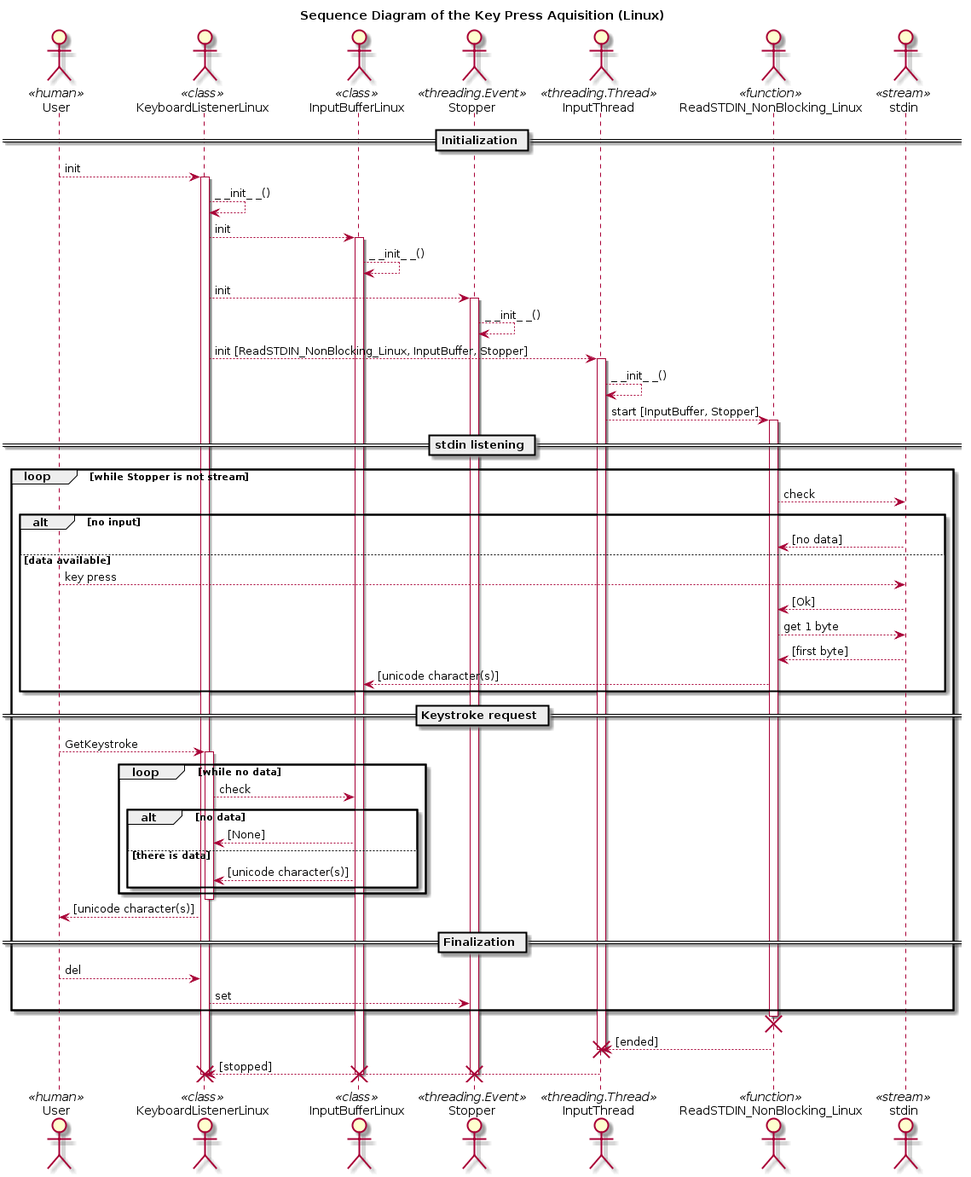
The PlantUML diagram docs/UML/ui/cli/keystroke_linux_py/sequence_diagram.png in FooBarShebang/sudoku_py, before a commit.
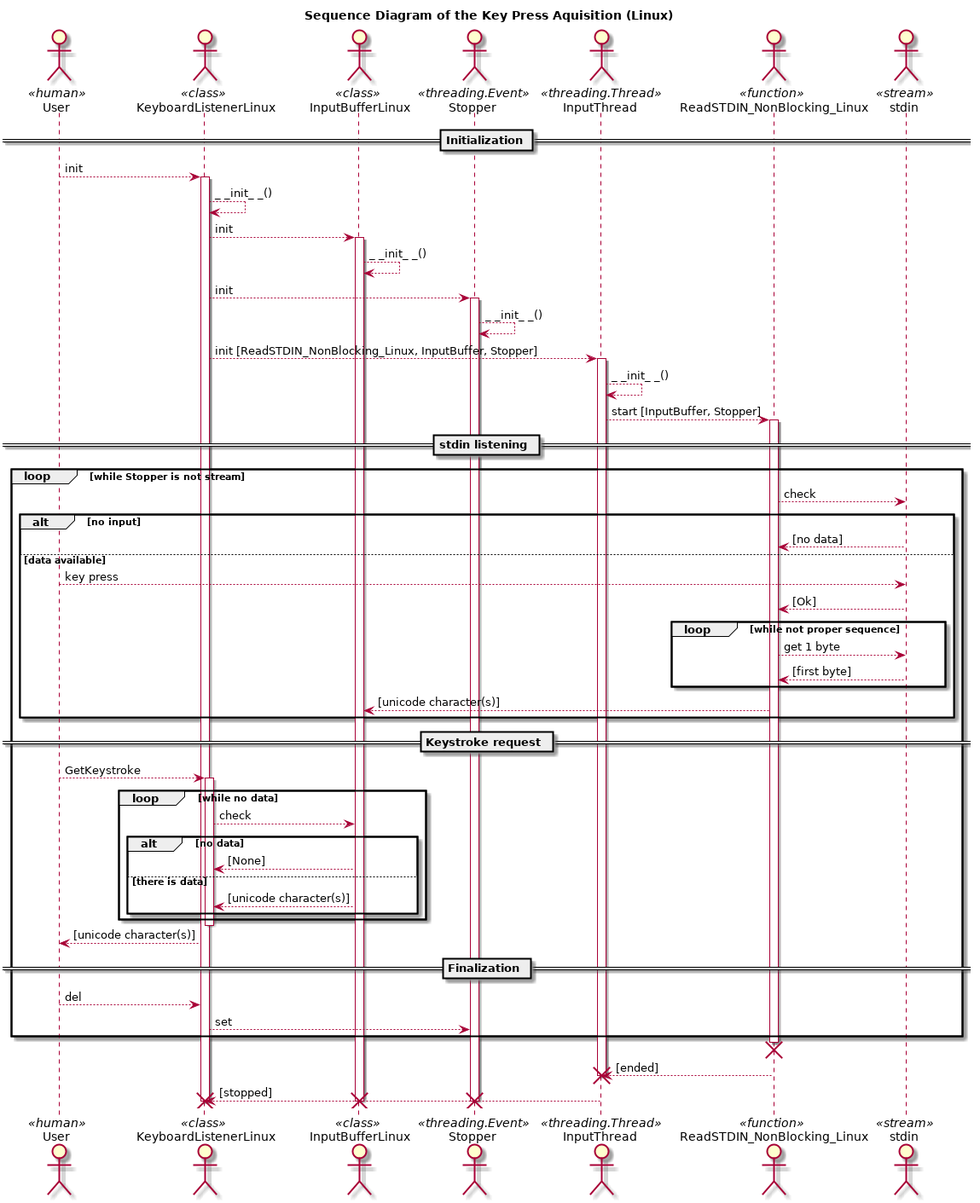
Later version of the same file.

The edit, as a diff of the source:
```diff
@@ -58,9 +58,11 @@
 
         stdin --> ReadSTDIN_NonBlocking_Linux : [Ok]
 
-        ReadSTDIN_NonBlocking_Linux --> stdin : get 1 byte
+        loop while not proper sequence
+            ReadSTDIN_NonBlocking_Linux --> stdin : get 1 byte
 
-        stdin --> ReadSTDIN_NonBlocking_Linux : [first byte]
+            stdin --> ReadSTDIN_NonBlocking_Linux : [first byte]
+        end
 
         ReadSTDIN_NonBlocking_Linux --> InputBufferLinux : [unicode character(s)]
     end
```
